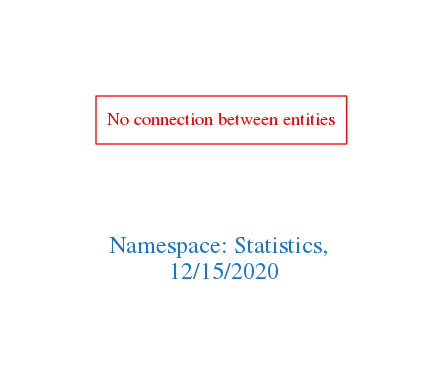
This is downloads/Statistics.png from arago/OGIT, a Graphviz export, as it was before one commit. Its source is kept beside it as downloads/Statistics.dot.
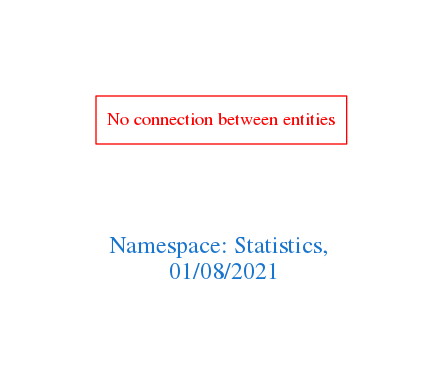
The same file after the commit.

The edit, as a diff of the source:
```diff
@@ -1,7 +1,7 @@
 digraph OGIT_ontology {
  graph [ rankdir= LR,pad=1
 fontsize = 18,
-fontcolor= dodgerblue3,label = "\n\n\nNamespace: Statistics, \n 12/15/2020"];
+fontcolor= dodgerblue3,label = "\n\n\nNamespace: Statistics, \n 01/08/2021"];
 node[shape=polygon];
 edge [  color="gray81"];
 
```
